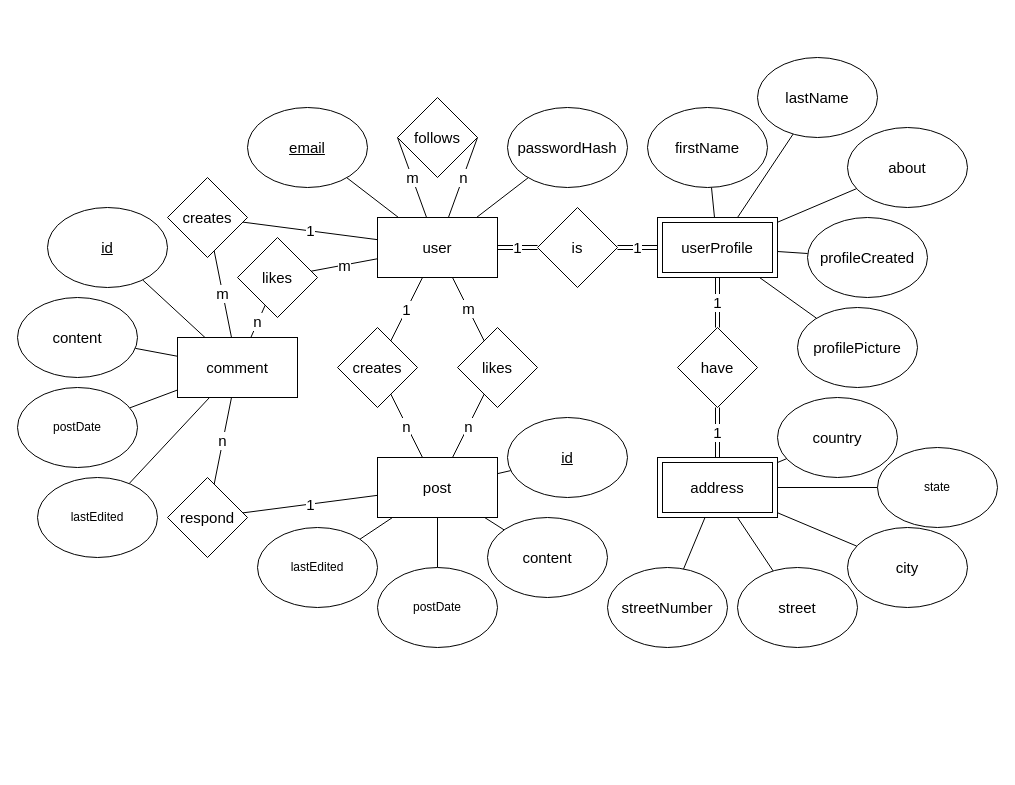
Above: webbutveckling/Databaser/Moment4/er.drawio in EliasEriksson/miun (draw.io), before the change. Source tidied: cells renumbered, new cells numbered last; positions are measured from the earlier drawing's top-left corner, leaving out a move shared by most shapes. Both pictures are drawn from the tidied source at 100%, with x=0, y=0 at pixel (17, 57).
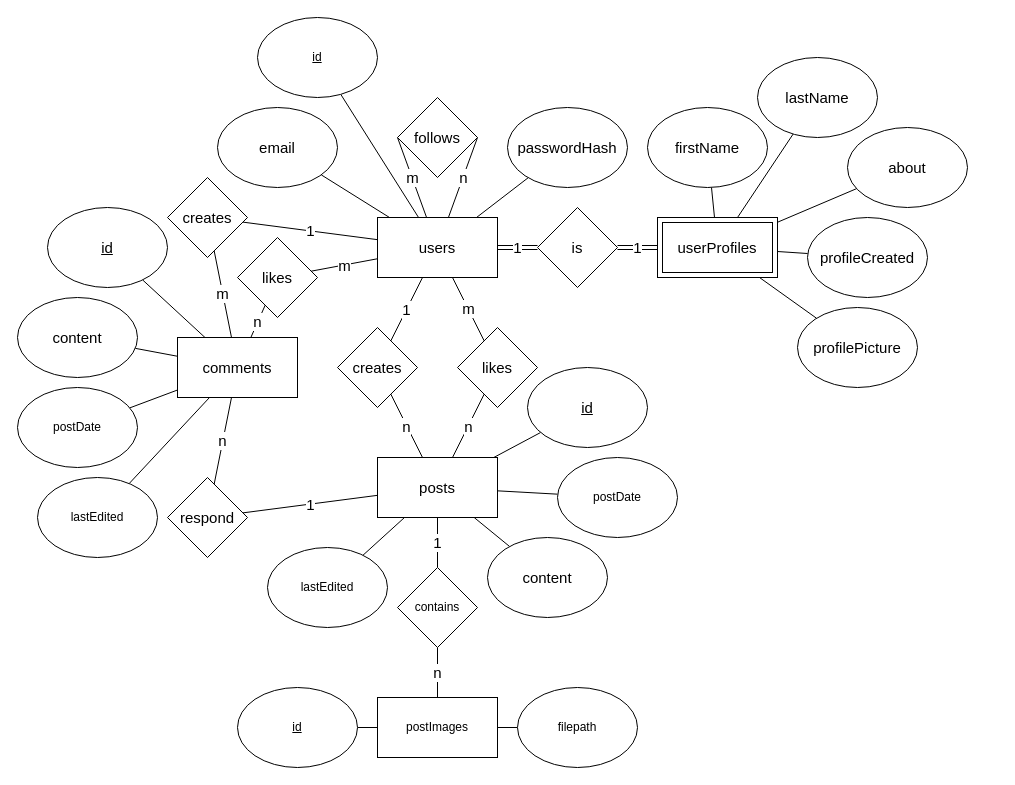
The same diagram, later.

What changed in the source:
```diff
@@
+    <mxCell id="71" style="edgeStyle=none;jettySize=auto;html=1;endArrow=none;fontSize=15;" parent="1" edge="1" source="6" target="80">
+      <mxGeometry relative="1" as="geometry" />
+    </mxCell>
-    <mxCell id="6" value="user" style="rounded=0;whiteSpace=wrap;html=1;fontSize=15;" parent="1" vertex="1">
+    <mxCell id="6" value="users" style="rounded=0;whiteSpace=wrap;html=1;fontSize=15;" parent="1" vertex="1">
       <mxGeometry x="360" y="160" width="120" height="60" as="geometry" />
     </mxCell>
@@
+    <mxCell id="72" value="1" style="edgeStyle=none;jettySize=auto;html=1;endArrow=none;fontSize=15;" parent="1" edge="1" source="13" target="79">
+      <mxGeometry relative="1" as="geometry" />
+    </mxCell>
-    <mxCell id="13" value="post" style="rounded=0;whiteSpace=wrap;html=1;fontSize=15;" parent="1" vertex="1">
+    <mxCell id="13" value="posts" style="rounded=0;whiteSpace=wrap;html=1;fontSize=15;" parent="1" vertex="1">
       <mxGeometry x="360" y="400" width="120" height="60" as="geometry" />
     </mxCell>
@@
-    <mxCell id="20" value="1" style="edgeStyle=none;jettySize=auto;html=1;endArrow=none;fontSize=15;shape=link;" parent="1" edge="1" source="24" target="41">
-      <mxGeometry relative="1" as="geometry" />
-    </mxCell>
@@
-    <mxCell id="24" value="userProfile" style="shape=ext;margin=3;double=1;whiteSpace=wrap;html=1;align=center;fontSize=15;" parent="1" vertex="1">
+    <mxCell id="24" value="userProfiles" style="shape=ext;margin=3;double=1;whiteSpace=wrap;html=1;align=center;fontSize=15;" parent="1" vertex="1">
       <mxGeometry x="640" y="160" width="120" height="60" as="geometry" />
     </mxCell>
@@
-    <mxCell id="27" value="1" style="edgeStyle=none;jettySize=auto;html=1;endArrow=none;fontSize=15;shape=link;" parent="1" edge="1" source="47" target="41">
-      <mxGeometry relative="1" as="geometry" />
-    </mxCell>
@@
-    <mxCell id="33" value="comment" style="rounded=0;whiteSpace=wrap;html=1;fontSize=15;" parent="1" vertex="1">
+    <mxCell id="33" value="comments" style="rounded=0;whiteSpace=wrap;html=1;fontSize=15;" parent="1" vertex="1">
       <mxGeometry x="160" y="280" width="120" height="60" as="geometry" />
     </mxCell>
@@
-    <mxCell id="41" value="have" style="rhombus;whiteSpace=wrap;html=1;fontSize=15;" parent="1" vertex="1">
-      <mxGeometry x="660" y="270" width="80" height="80" as="geometry" />
-    </mxCell>
-    <mxCell id="42" style="edgeStyle=none;jettySize=auto;html=1;endArrow=none;fontSize=15;" parent="1" edge="1" source="47" target="58">
-      <mxGeometry relative="1" as="geometry" />
-    </mxCell>
-    <mxCell id="43" style="edgeStyle=none;jettySize=auto;html=1;endArrow=none;fontSize=15;" parent="1" edge="1" source="47" target="59">
-      <mxGeometry relative="1" as="geometry" />
-    </mxCell>
-    <mxCell id="44" style="edgeStyle=none;jettySize=auto;html=1;endArrow=none;fontSize=15;" parent="1" edge="1" source="47" target="60">
-      <mxGeometry relative="1" as="geometry" />
-    </mxCell>
-    <mxCell id="45" style="edgeStyle=none;jettySize=auto;html=1;endArrow=none;fontSize=15;" parent="1" edge="1" source="47" target="61">
-      <mxGeometry relative="1" as="geometry" />
-    </mxCell>
-    <mxCell id="46" style="edgeStyle=none;jettySize=auto;html=1;endArrow=none;fontSize=15;" parent="1" edge="1" source="47" target="62">
-      <mxGeometry relative="1" as="geometry" />
-    </mxCell>
-    <mxCell id="47" value="address" style="shape=ext;margin=3;double=1;whiteSpace=wrap;html=1;align=center;fontSize=15;" parent="1" vertex="1">
-      <mxGeometry x="640" y="400" width="120" height="60" as="geometry" />
-    </mxCell>
@@
-    <mxCell id="49" value="&lt;u&gt;email&lt;/u&gt;" style="ellipse;whiteSpace=wrap;html=1;fontSize=15;" parent="1" vertex="1">
-      <mxGeometry x="230" y="50" width="120" height="80" as="geometry" />
+    <mxCell id="49" value="email" style="ellipse;whiteSpace=wrap;html=1;fontSize=15;" parent="1" vertex="1">
+      <mxGeometry x="200" y="50" width="120" height="80" as="geometry" />
     </mxCell>
@@
-    <mxCell id="58" value="country" style="ellipse;whiteSpace=wrap;html=1;fontSize=15;" parent="1" vertex="1">
-      <mxGeometry x="760" y="340" width="120" height="80" as="geometry" />
-    </mxCell>
-    <mxCell id="59" value="state" style="ellipse;whiteSpace=wrap;html=1;" parent="1" vertex="1">
-      <mxGeometry x="860" y="390" width="120" height="80" as="geometry" />
-    </mxCell>
-    <mxCell id="60" value="city" style="ellipse;whiteSpace=wrap;html=1;fontSize=15;" parent="1" vertex="1">
-      <mxGeometry x="830" y="470" width="120" height="80" as="geometry" />
-    </mxCell>
-    <mxCell id="61" value="street" style="ellipse;whiteSpace=wrap;html=1;fontSize=15;" parent="1" vertex="1">
-      <mxGeometry x="720" y="510" width="120" height="80" as="geometry" />
-    </mxCell>
-    <mxCell id="62" value="streetNumber" style="ellipse;whiteSpace=wrap;html=1;fontSize=15;" parent="1" vertex="1">
-      <mxGeometry x="590" y="510" width="120" height="80" as="geometry" />
-    </mxCell>
     <mxCell id="63" value="&lt;u&gt;id&lt;/u&gt;" style="ellipse;whiteSpace=wrap;html=1;rounded=0;fontSize=15;" parent="1" vertex="1">
-      <mxGeometry x="490" y="360" width="120" height="80" as="geometry" />
+      <mxGeometry x="510" y="310" width="120" height="80" as="geometry" />
     </mxCell>
     <mxCell id="64" value="content" style="ellipse;whiteSpace=wrap;html=1;rounded=0;fontSize=15;" parent="1" vertex="1">
-      <mxGeometry x="470" y="460" width="120" height="80" as="geometry" />
+      <mxGeometry x="470" y="480" width="120" height="80" as="geometry" />
     </mxCell>
     <mxCell id="65" value="postDate" style="ellipse;whiteSpace=wrap;html=1;" parent="1" vertex="1">
-      <mxGeometry x="360" y="510" width="120" height="80" as="geometry" />
+      <mxGeometry x="540" y="400" width="120" height="80" as="geometry" />
     </mxCell>
     <mxCell id="66" value="lastEdited" style="ellipse;whiteSpace=wrap;html=1;" parent="1" vertex="1">
-      <mxGeometry x="240" y="470" width="120" height="80" as="geometry" />
+      <mxGeometry x="250" y="490" width="120" height="80" as="geometry" />
     </mxCell>
@@
+    <mxCell id="73" style="edgeStyle=none;jettySize=auto;html=1;endArrow=none;fontSize=15;" parent="1" edge="1" source="76" target="77">
+      <mxGeometry relative="1" as="geometry" />
+    </mxCell>
+    <mxCell id="74" style="edgeStyle=none;jettySize=auto;html=1;endArrow=none;fontSize=15;" parent="1" edge="1" source="76" target="78">
+      <mxGeometry relative="1" as="geometry" />
+    </mxCell>
+    <mxCell id="75" value="n" style="edgeStyle=none;jettySize=auto;html=1;endArrow=none;fontSize=15;" parent="1" edge="1" source="76" target="79">
+      <mxGeometry relative="1" as="geometry" />
+    </mxCell>
+    <mxCell id="76" value="postImages" style="rounded=0;whiteSpace=wrap;html=1;" parent="1" vertex="1">
+      <mxGeometry x="360" y="640" width="120" height="60" as="geometry" />
+    </mxCell>
+    <mxCell id="77" value="&lt;u&gt;id&lt;/u&gt;" style="ellipse;whiteSpace=wrap;html=1;rounded=0;" parent="1" vertex="1">
+      <mxGeometry x="220" y="630" width="120" height="80" as="geometry" />
+    </mxCell>
+    <mxCell id="78" value="filepath" style="ellipse;whiteSpace=wrap;html=1;rounded=0;" parent="1" vertex="1">
+      <mxGeometry x="500" y="630" width="120" height="80" as="geometry" />
+    </mxCell>
+    <mxCell id="79" value="contains" style="rhombus;whiteSpace=wrap;html=1;rounded=0;" parent="1" vertex="1">
+      <mxGeometry x="380" y="510" width="80" height="80" as="geometry" />
+    </mxCell>
+    <mxCell id="80" value="&lt;u&gt;id&lt;/u&gt;" style="ellipse;whiteSpace=wrap;html=1;" parent="1" vertex="1">
+      <mxGeometry x="240" y="-40" width="120" height="80" as="geometry" />
+    </mxCell>
```
